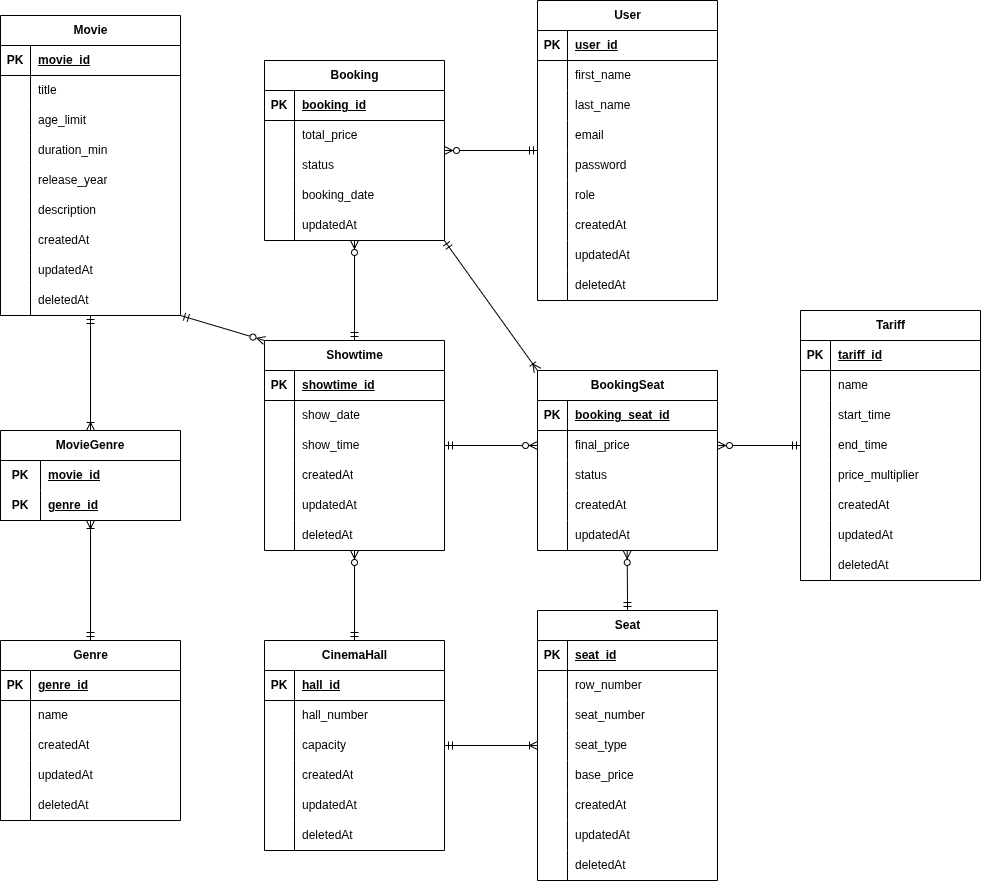
The draw.io diagram docs/cinema.drawio.png in Fererra/coursework, before a commit. Source tidied: cells renumbered, new cells last; positions are measured from the earlier drawing's top-left corner, leaving out a move shared by most shapes.
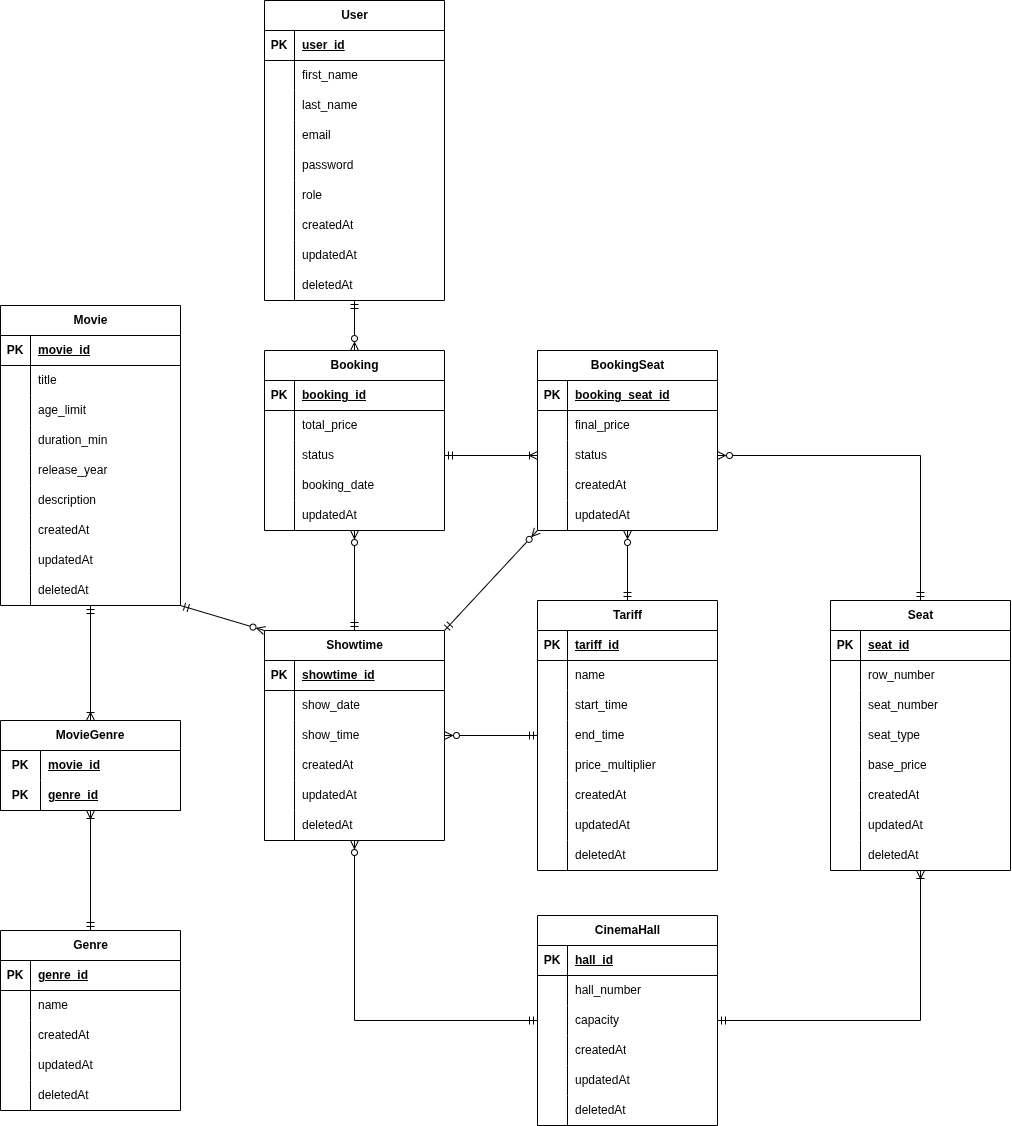
Later version of the same file.

Commit message:
feat: add tariff_id column and relationship to showtime table in schema documentation

What changed in the source:
```diff
@@ -216,7 +216,7 @@
       <mxGeometry relative="1" as="geometry" />
     </mxCell>
     <mxCell id="73" value="User" style="shape=table;startSize=30;rowLines=0;fontStyle=1;align=center;html=1;" parent="1" vertex="1">
-      <mxGeometry x="537" width="180" height="300" as="geometry" />
+      <mxGeometry x="264" y="-290" width="180" height="300" as="geometry" />
     </mxCell>
     <mxCell id="74" style="shape=tableRow;horizontal=0;startSize=0;swimlaneHead=0;swimlaneBody=0;fillColor=none;top=0;left=0;right=0;bottom=1;" parent="73" vertex="1">
       <mxGeometry y="30" width="180" height="30" as="geometry" />
@@ -299,16 +299,15 @@
     <mxCell id="100" value="deletedAt" style="shape=partialRectangle;fillColor=none;top=0;left=0;bottom=0;right=0;align=left;spacingLeft=6;overflow=hidden;whiteSpace=wrap;html=1;" parent="98" vertex="1">
       <mxGeometry x="30" width="150" height="30" as="geometry" />
     </mxCell>
-    <mxCell id="101" style="edgeStyle=orthogonalEdgeStyle;rounded=0;jettySize=auto;html=1;endArrow=ERzeroToMany;endFill=0;startArrow=ERmandOne;startFill=0;entryX=0.498;entryY=1.001;entryDx=0;entryDy=0;entryPerimeter=0;exitX=0.5;exitY=0;exitDx=0;exitDy=0;" parent="1" edge="1" source="102" target="209">
+    <mxCell id="101" style="edgeStyle=orthogonalEdgeStyle;rounded=0;jettySize=auto;html=1;endArrow=ERzeroToMany;endFill=0;startArrow=ERmandOne;startFill=0;exitX=0.5;exitY=0;exitDx=0;exitDy=0;entryX=1;entryY=0.5;entryDx=0;entryDy=0;" parent="1" edge="1" source="102" target="203">
       <mxGeometry relative="1" as="geometry">
         <Array as="points">
-          <mxPoint x="627" y="600" />
-          <mxPoint x="627" y="600" />
+          <mxPoint x="920" y="165" />
         </Array>
       </mxGeometry>
     </mxCell>
     <mxCell id="102" value="Seat" style="shape=table;startSize=30;rowLines=0;fontStyle=1;align=center;html=1;" parent="1" vertex="1">
-      <mxGeometry x="537" y="610" width="180" height="270" as="geometry" />
+      <mxGeometry x="830" y="310" width="180" height="270" as="geometry" />
     </mxCell>
     <mxCell id="103" style="shape=tableRow;horizontal=0;startSize=0;swimlaneHead=0;swimlaneBody=0;fillColor=none;top=0;left=0;right=0;bottom=1;" parent="102" vertex="1">
       <mxGeometry y="30" width="180" height="30" as="geometry" />
@@ -385,11 +384,17 @@
     <mxCell id="127" style="edgeStyle=orthogonalEdgeStyle;rounded=0;jettySize=auto;html=1;endArrow=ERzeroToMany;endFill=0;startArrow=ERmandOne;startFill=0;" parent="1" edge="1" source="129" target="150">
       <mxGeometry relative="1" as="geometry" />
     </mxCell>
-    <mxCell id="128" style="edgeStyle=orthogonalEdgeStyle;rounded=0;jettySize=auto;html=1;endArrow=ERoneToMany;endFill=0;startArrow=ERmandOne;startFill=0;entryX=0;entryY=0.5;entryDx=0;entryDy=0;" parent="1" edge="1" source="129" target="112">
-      <mxGeometry relative="1" as="geometry" />
+    <mxCell id="128" style="edgeStyle=orthogonalEdgeStyle;rounded=0;orthogonalLoop=1;jettySize=auto;html=1;endArrow=ERoneToMany;endFill=0;startArrow=ERmandOne;startFill=0;entryX=0.5;entryY=0.995;entryDx=0;entryDy=0;exitX=1;exitY=0.5;exitDx=0;exitDy=0;entryPerimeter=0;" parent="1" edge="1">
+      <mxGeometry relative="1" as="geometry">
+        <mxPoint x="717" y="730" as="sourcePoint" />
+        <mxPoint x="920" y="580" as="targetPoint" />
+        <Array as="points">
+          <mxPoint x="920" y="730.1" />
+        </Array>
+      </mxGeometry>
     </mxCell>
     <mxCell id="129" value="CinemaHall" style="shape=table;startSize=30;rowLines=0;fontStyle=1;align=center;html=1;" parent="1" vertex="1">
-      <mxGeometry x="264" y="640" width="180" height="210" as="geometry" />
+      <mxGeometry x="537" y="625" width="180" height="210" as="geometry" />
     </mxCell>
     <mxCell id="130" style="shape=tableRow;horizontal=0;startSize=0;swimlaneHead=0;swimlaneBody=0;fillColor=none;top=0;left=0;right=0;bottom=1;" parent="129" vertex="1">
       <mxGeometry y="30" width="180" height="30" as="geometry" />
@@ -445,10 +450,7 @@
     <mxCell id="147" value="deletedAt" style="shape=partialRectangle;fillColor=none;top=0;left=0;bottom=0;right=0;align=left;spacingLeft=6;overflow=hidden;whiteSpace=wrap;html=1;" parent="145" vertex="1">
       <mxGeometry x="30" width="150" height="30" as="geometry" />
     </mxCell>
-    <mxCell id="148" style="endArrow=ERoneToMany;html=1;rounded=0;exitX=1;exitY=0.999;exitDx=0;exitDy=0;exitPerimeter=0;entryX=0;entryY=0;entryDx=0;entryDy=0;startArrow=ERmandOne;startFill=0;endFill=0;" parent="1" edge="1" source="x" target="196">
-      <mxGeometry relative="1" as="geometry" />
-    </mxCell>
-    <mxCell id="149" style="edgeStyle=orthogonalEdgeStyle;rounded=0;jettySize=auto;html=1;entryX=0;entryY=0.5;entryDx=0;entryDy=0;endArrow=ERzeroToMany;endFill=0;startArrow=ERmandOne;startFill=0;" parent="1" edge="1" source="150" target="200">
+    <mxCell id="149" style="rounded=0;jettySize=auto;html=1;entryX=-0.001;entryY=1.003;entryDx=0;entryDy=0;endArrow=ERzeroToMany;endFill=0;startArrow=ERmandOne;startFill=0;entryPerimeter=0;exitX=1;exitY=0;exitDx=0;exitDy=0;" parent="1" edge="1" source="150" target="209">
       <mxGeometry relative="1" as="geometry" />
     </mxCell>
     <mxCell id="150" value="Showtime" style="shape=table;startSize=30;rowLines=0;fontStyle=1;align=center;html=1;" parent="1" vertex="1">
@@ -511,8 +513,11 @@
     <mxCell id="169" style="endArrow=ERzeroToMany;html=1;rounded=0;entryX=0;entryY=0;entryDx=0;entryDy=0;startArrow=ERmandOne;startFill=0;endFill=0;exitX=1.001;exitY=1.002;exitDx=0;exitDy=0;exitPerimeter=0;" parent="1" edge="1" source="28" target="150">
       <mxGeometry relative="1" as="geometry" />
     </mxCell>
+    <mxCell id="213" style="edgeStyle=orthogonalEdgeStyle;rounded=0;jettySize=auto;html=1;endArrow=ERzeroToMany;endFill=0;startArrow=ERmandOne;startFill=0;" parent="1" edge="1" source="170" target="157">
+      <mxGeometry relative="1" as="geometry" />
+    </mxCell>
     <mxCell id="170" value="Tariff" style="shape=table;startSize=30;rowLines=0;fontStyle=1;align=center;html=1;" parent="1" vertex="1">
-      <mxGeometry x="800" y="310" width="180" height="270" as="geometry" />
+      <mxGeometry x="537" y="310" width="180" height="270" as="geometry" />
     </mxCell>
     <mxCell id="171" style="shape=tableRow;horizontal=0;startSize=0;swimlaneHead=0;swimlaneBody=0;fillColor=none;top=0;left=0;right=0;bottom=1;" parent="170" vertex="1">
       <mxGeometry y="30" width="180" height="30" as="geometry" />
@@ -586,11 +591,11 @@
     <mxCell id="194" value="deletedAt" style="shape=partialRectangle;fillColor=none;top=0;left=0;bottom=0;right=0;align=left;spacingLeft=6;overflow=hidden;whiteSpace=wrap;html=1;" parent="192" vertex="1">
       <mxGeometry x="30" width="150" height="30" as="geometry" />
     </mxCell>
-    <mxCell id="195" style="edgeStyle=orthogonalEdgeStyle;rounded=0;jettySize=auto;html=1;endArrow=ERzeroToMany;endFill=0;startArrow=ERmandOne;startFill=0;entryX=1;entryY=0.5;entryDx=0;entryDy=0;" parent="1" edge="1" source="170" target="200">
+    <mxCell id="195" style="edgeStyle=orthogonalEdgeStyle;rounded=0;jettySize=auto;html=1;endArrow=ERzeroToMany;endFill=0;startArrow=ERmandOne;startFill=0;entryX=0.5;entryY=1;entryDx=0;entryDy=0;exitX=0.5;exitY=0;exitDx=0;exitDy=0;" parent="1" edge="1" source="170" target="196">
       <mxGeometry relative="1" as="geometry" />
     </mxCell>
     <mxCell id="196" value="&lt;span style=&quot;text-wrap-mode: wrap;&quot;&gt;BookingSeat&lt;/span&gt;" style="shape=table;startSize=30;rowLines=0;fontStyle=1;align=center;html=1;" parent="1" vertex="1">
-      <mxGeometry x="537" y="370" width="180" height="180" as="geometry" />
+      <mxGeometry x="537" y="60" width="180" height="180" as="geometry" />
     </mxCell>
     <mxCell id="197" style="shape=tableRow;horizontal=0;startSize=0;swimlaneHead=0;swimlaneBody=0;fillColor=none;top=0;left=0;right=0;bottom=1;" parent="196" vertex="1">
       <mxGeometry y="30" width="180" height="30" as="geometry" />
@@ -637,7 +642,7 @@
     <mxCell id="211" value="updatedAt" style="shape=partialRectangle;fillColor=none;top=0;left=0;bottom=0;right=0;align=left;spacingLeft=6;overflow=hidden;whiteSpace=wrap;html=1;" parent="209" vertex="1">
       <mxGeometry x="30" width="150" height="30" as="geometry" />
     </mxCell>
-    <mxCell id="212" style="endArrow=ERoneToMany;html=1;rounded=0;entryX=0;entryY=0;entryDx=0;entryDy=0;exitX=0.999;exitY=1.001;exitDx=0;exitDy=0;exitPerimeter=0;startArrow=ERmandOne;startFill=0;endFill=0;" parent="1" edge="1" source="69" target="196">
+    <mxCell id="212" style="endArrow=ERoneToMany;html=1;rounded=0;entryX=0;entryY=0.5;entryDx=0;entryDy=0;exitX=1;exitY=0.5;exitDx=0;exitDy=0;startArrow=ERmandOne;startFill=0;endFill=0;" parent="1" edge="1" source="63" target="203">
       <mxGeometry relative="1" as="geometry" />
     </mxCell>
   </root>
```
